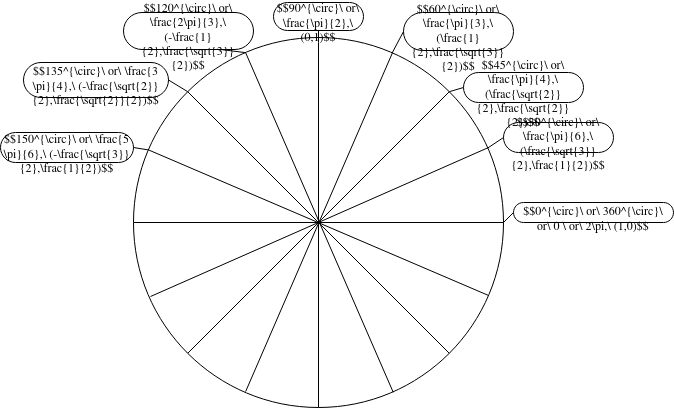
The draw.io diagram Images/math/Unit 1/Unit circle.drawio.png in robertoman37/robertoman37.github.io, before a commit. Source tidied: cells renumbered, new cells last; positions are measured from the earlier drawing's top-left corner, leaving out a move shared by most shapes.
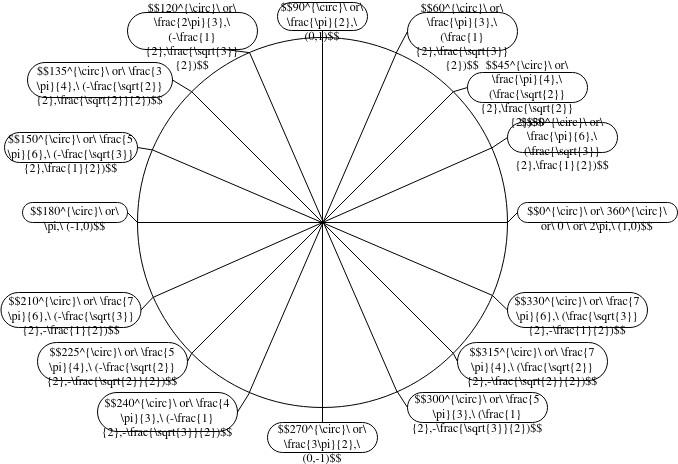
Later version of the same file.

Commit message:
finished unit circle

What changed in the source:
```diff
@@ -19,10 +19,10 @@
     <mxCell id="6" style="endArrow=none;html=1;entryX=0;entryY=0;entryDx=0;entryDy=0;exitX=1;exitY=1;exitDx=0;exitDy=0;" parent="1" edge="1" source="2" target="2">
       <mxGeometry relative="1" as="geometry" />
     </mxCell>
-    <mxCell id="7" style="endArrow=none;html=1;entryX=0.958;entryY=0.298;entryDx=0;entryDy=0;entryPerimeter=0;exitX=0.046;exitY=0.7;exitDx=0;exitDy=0;exitPerimeter=0;" parent="1" edge="1" source="2" target="2">
+    <mxCell id="7" style="endArrow=none;html=1;entryX=0.958;entryY=0.298;entryDx=0;entryDy=0;entryPerimeter=0;exitX=0.043;exitY=0.702;exitDx=0;exitDy=0;exitPerimeter=0;" parent="1" edge="1" source="2" target="2">
       <mxGeometry relative="1" as="geometry" />
     </mxCell>
-    <mxCell id="8" style="endArrow=none;html=1;entryX=0.7;entryY=0.041;entryDx=0;entryDy=0;entryPerimeter=0;exitX=0.303;exitY=0.957;exitDx=0;exitDy=0;exitPerimeter=0;" parent="1" edge="1" source="2" target="2">
+    <mxCell id="8" style="endArrow=none;html=1;entryX=0.7;entryY=0.041;entryDx=0;entryDy=0;entryPerimeter=0;exitX=0.302;exitY=0.96;exitDx=0;exitDy=0;exitPerimeter=0;" parent="1" edge="1" source="2" target="2">
       <mxGeometry relative="1" as="geometry" />
     </mxCell>
     <mxCell id="9" style="endArrow=none;html=1;entryX=0.303;entryY=0.041;entryDx=0;entryDy=0;entryPerimeter=0;exitX=0.702;exitY=0.959;exitDx=0;exitDy=0;exitPerimeter=0;" parent="1" edge="1" source="2" target="2">
@@ -84,5 +84,55 @@
     <mxCell id="27" style="startArrow=none;endArrow=none;segment=10;exitX=0.041;exitY=0.304;exitDx=0;exitDy=0;rounded=0;entryX=1;entryY=0.5;entryDx=0;entryDy=0;exitPerimeter=0;" parent="1" edge="1" source="2" target="26">
       <mxGeometry relative="1" as="geometry" />
     </mxCell>
+    <mxCell id="28" value="&lt;div&gt;$$180^{\circ}\ or\ \pi,\ (-1,0)$$&lt;br&gt;&lt;/div&gt;" style="whiteSpace=wrap;html=1;rounded=1;arcSize=50;align=center;verticalAlign=middle;strokeWidth=1;spacing=4;newEdgeStyle={&quot;edgeStyle&quot;:&quot;entityRelationEdgeStyle&quot;,&quot;startArrow&quot;:&quot;none&quot;,&quot;endArrow&quot;:&quot;none&quot;,&quot;segment&quot;:10,&quot;curved&quot;:1};fillColor=none;horizontal=1;spacingBottom=-11;strokeColor=default;glass=0;shadow=0;" parent="1" vertex="1">
+      <mxGeometry x="18" y="200" width="105" height="20" as="geometry" />
+    </mxCell>
+    <mxCell id="29" style="startArrow=none;endArrow=none;segment=10;exitX=0;exitY=0.5;exitDx=0;exitDy=0;rounded=0;entryX=1;entryY=0.5;entryDx=0;entryDy=0;" parent="1" edge="1" source="2" target="28">
+      <mxGeometry relative="1" as="geometry" />
+    </mxCell>
+    <mxCell id="30" value="&lt;div&gt;$$210^{\circ}\ or\ \frac{7\pi}{6},\ (-\frac{\sqrt{3}}{2},-\frac{1}{2})$$&lt;br&gt;&lt;/div&gt;" style="whiteSpace=wrap;html=1;rounded=1;arcSize=50;align=center;verticalAlign=middle;strokeWidth=1;spacing=4;newEdgeStyle={&quot;edgeStyle&quot;:&quot;entityRelationEdgeStyle&quot;,&quot;startArrow&quot;:&quot;none&quot;,&quot;endArrow&quot;:&quot;none&quot;,&quot;segment&quot;:10,&quot;curved&quot;:1};fillColor=none;horizontal=1;spacingBottom=-11;" parent="1" vertex="1">
+      <mxGeometry x="-3.5" y="290" width="140" height="35" as="geometry" />
+    </mxCell>
+    <mxCell id="31" style="startArrow=none;endArrow=none;segment=10;rounded=0;entryX=1;entryY=0.5;entryDx=0;entryDy=0;exitX=0.042;exitY=0.702;exitDx=0;exitDy=0;exitPerimeter=0;" parent="1" edge="1" source="2" target="30">
+      <mxGeometry relative="1" as="geometry" />
+    </mxCell>
+    <mxCell id="32" value="&lt;div&gt;$$225^{\circ}\ or\ \frac{5\pi}{4},\ (-\frac{\sqrt{2}}{2},-\frac{\sqrt{2}}{2})$$&lt;br&gt;&lt;/div&gt;" style="whiteSpace=wrap;html=1;rounded=1;arcSize=50;align=center;verticalAlign=middle;strokeWidth=1;spacing=4;newEdgeStyle={&quot;edgeStyle&quot;:&quot;entityRelationEdgeStyle&quot;,&quot;startArrow&quot;:&quot;none&quot;,&quot;endArrow&quot;:&quot;none&quot;,&quot;segment&quot;:10,&quot;curved&quot;:1};fillColor=none;horizontal=1;spacingBottom=-11;" parent="1" vertex="1">
+      <mxGeometry x="33" y="340" width="150" height="38" as="geometry" />
+    </mxCell>
+    <mxCell id="33" style="startArrow=none;endArrow=none;segment=10;exitX=0;exitY=1;exitDx=0;exitDy=0;rounded=0;entryX=1;entryY=0.5;entryDx=0;entryDy=0;" parent="1" edge="1" source="2" target="32">
+      <mxGeometry relative="1" as="geometry" />
+    </mxCell>
+    <mxCell id="34" value="&lt;div&gt;$$240^{\circ}\ or\ \frac{4\pi}{3},\ (-\frac{1}{2},-\frac{\sqrt{3}}{2})$$&lt;br&gt;&lt;/div&gt;" style="whiteSpace=wrap;html=1;rounded=1;arcSize=50;align=center;verticalAlign=middle;strokeWidth=1;spacing=4;newEdgeStyle={&quot;edgeStyle&quot;:&quot;entityRelationEdgeStyle&quot;,&quot;startArrow&quot;:&quot;none&quot;,&quot;endArrow&quot;:&quot;none&quot;,&quot;segment&quot;:10,&quot;curved&quot;:1};fillColor=none;horizontal=1;spacingBottom=-11;" parent="1" vertex="1">
+      <mxGeometry x="93" y="390" width="140" height="39" as="geometry" />
+    </mxCell>
+    <mxCell id="35" style="startArrow=none;endArrow=none;segment=10;rounded=0;entryX=1;entryY=0.5;entryDx=0;entryDy=0;exitX=0.303;exitY=0.96;exitDx=0;exitDy=0;exitPerimeter=0;" parent="1" edge="1" source="2" target="34">
+      <mxGeometry relative="1" as="geometry" />
+    </mxCell>
+    <mxCell id="36" value="&lt;div&gt;$$270^{\circ}\ or\ \frac{3\pi}{2},\ (0,-1)$$&lt;br&gt;&lt;/div&gt;" style="whiteSpace=wrap;html=1;rounded=1;arcSize=50;align=center;verticalAlign=middle;strokeWidth=1;spacing=4;newEdgeStyle={&quot;edgeStyle&quot;:&quot;entityRelationEdgeStyle&quot;,&quot;startArrow&quot;:&quot;none&quot;,&quot;endArrow&quot;:&quot;none&quot;,&quot;segment&quot;:10,&quot;curved&quot;:1};fillColor=none;horizontal=1;spacingBottom=-11;" parent="1" vertex="1">
+      <mxGeometry x="263" y="420" width="110" height="30" as="geometry" />
+    </mxCell>
+    <mxCell id="37" style="startArrow=none;endArrow=none;segment=10;exitX=0.5;exitY=1;exitDx=0;exitDy=0;rounded=0;entryX=0.5;entryY=0;entryDx=0;entryDy=0;" parent="1" edge="1" target="36">
+      <mxGeometry relative="1" as="geometry">
+        <mxPoint x="318" y="390" as="sourcePoint" />
+      </mxGeometry>
+    </mxCell>
+    <mxCell id="38" value="&lt;div&gt;$$300^{\circ}\ or\ \frac{5\pi}{3},\ (\frac{1}{2},-\frac{\sqrt{3}}{2})$$&lt;br&gt;&lt;/div&gt;" style="whiteSpace=wrap;html=1;rounded=1;arcSize=50;align=center;verticalAlign=middle;strokeWidth=1;spacing=4;newEdgeStyle={&quot;edgeStyle&quot;:&quot;entityRelationEdgeStyle&quot;,&quot;startArrow&quot;:&quot;none&quot;,&quot;endArrow&quot;:&quot;none&quot;,&quot;segment&quot;:10,&quot;curved&quot;:1};fillColor=none;horizontal=1;spacingBottom=-11;strokeColor=default;glass=0;shadow=0;" parent="1" vertex="1">
+      <mxGeometry x="403" y="390" width="140" height="30" as="geometry" />
+    </mxCell>
+    <mxCell id="39" style="startArrow=none;endArrow=none;segment=10;rounded=0;entryX=0;entryY=0.5;entryDx=0;entryDy=0;exitX=0.702;exitY=0.957;exitDx=0;exitDy=0;exitPerimeter=0;" parent="1" edge="1" source="2" target="38">
+      <mxGeometry relative="1" as="geometry" />
+    </mxCell>
+    <mxCell id="40" value="&lt;div&gt;$$315^{\circ}\ or\ \frac{7\pi}{4},\ (\frac{\sqrt{2}}{2},-\frac{\sqrt{2}}{2})$$&lt;br&gt;&lt;/div&gt;" style="whiteSpace=wrap;html=1;rounded=1;arcSize=50;align=center;verticalAlign=middle;strokeWidth=1;spacing=4;newEdgeStyle={&quot;edgeStyle&quot;:&quot;entityRelationEdgeStyle&quot;,&quot;startArrow&quot;:&quot;none&quot;,&quot;endArrow&quot;:&quot;none&quot;,&quot;segment&quot;:10,&quot;curved&quot;:1};fillColor=none;horizontal=1;spacingBottom=-11;strokeColor=default;glass=0;shadow=0;" parent="1" vertex="1">
+      <mxGeometry x="453" y="340" width="150" height="38" as="geometry" />
+    </mxCell>
+    <mxCell id="41" style="startArrow=none;endArrow=none;segment=10;exitX=0;exitY=0.5;exitDx=0;exitDy=0;rounded=0;entryX=1;entryY=1;entryDx=0;entryDy=0;" parent="1" edge="1" source="40" target="2">
+      <mxGeometry relative="1" as="geometry" />
+    </mxCell>
+    <mxCell id="42" value="&lt;div&gt;$$330^{\circ}\ or\ \frac{7\pi}{6},\ (\frac{\sqrt{3}}{2},-\frac{1}{2})$$&lt;br&gt;&lt;/div&gt;" style="whiteSpace=wrap;html=1;rounded=1;arcSize=50;align=center;verticalAlign=middle;strokeWidth=1;spacing=4;newEdgeStyle={&quot;edgeStyle&quot;:&quot;entityRelationEdgeStyle&quot;,&quot;startArrow&quot;:&quot;none&quot;,&quot;endArrow&quot;:&quot;none&quot;,&quot;segment&quot;:10,&quot;curved&quot;:1};fillColor=none;horizontal=1;spacingBottom=-11;strokeColor=default;glass=0;shadow=0;" parent="1" vertex="1">
+      <mxGeometry x="503" y="290" width="140" height="35" as="geometry" />
+    </mxCell>
+    <mxCell id="43" style="startArrow=none;endArrow=none;segment=10;exitX=0.959;exitY=0.697;exitDx=0;exitDy=0;rounded=0;entryX=0;entryY=0.5;entryDx=0;entryDy=0;exitPerimeter=0;" parent="1" edge="1" source="2" target="42">
+      <mxGeometry relative="1" as="geometry" />
+    </mxCell>
   </root>
 </mxGraphModel>
```
